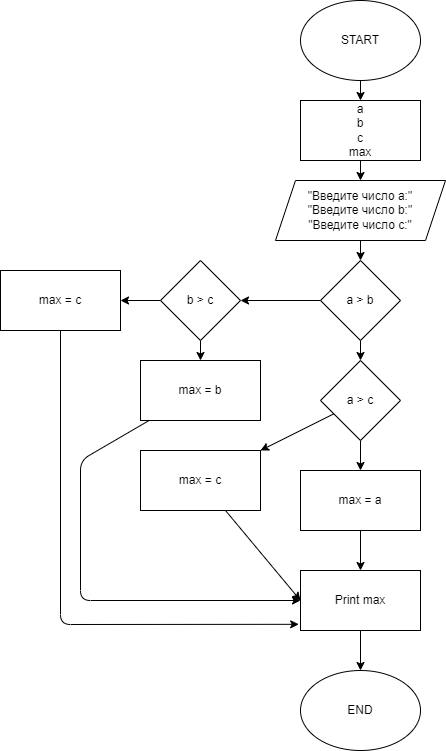
Before: Training001_hw2/diagram.drawio.png, a diagram exported from draw.io (NKhrush/HelloCode). Source tidied: cells renumbered, new cells last; positions are measured from the earlier drawing's top-left corner, leaving out a move shared by most shapes. The source it was exported from:
```xml
<mxGraphModel>
  <root>
    <mxCell id="0" />
    <mxCell id="1" parent="0" />
    <mxCell id="2" style="edgeStyle=none;html=1;" parent="1" edge="1" source="3" target="5">
      <mxGeometry relative="1" as="geometry" />
    </mxCell>
    <mxCell id="3" value="START" style="ellipse;whiteSpace=wrap;html=1;" parent="1" vertex="1">
      <mxGeometry x="300" width="120" height="80" as="geometry" />
    </mxCell>
    <mxCell id="4" style="edgeStyle=none;html=1;" parent="1" edge="1" source="5" target="7">
      <mxGeometry relative="1" as="geometry" />
    </mxCell>
    <mxCell id="5" value="a&lt;br&gt;b&lt;br&gt;c&lt;br&gt;max" style="whiteSpace=wrap;html=1;" parent="1" vertex="1">
      <mxGeometry x="300" y="100" width="120" height="60" as="geometry" />
    </mxCell>
    <mxCell id="6" style="edgeStyle=none;html=1;" parent="1" edge="1" source="7" target="10">
      <mxGeometry relative="1" as="geometry" />
    </mxCell>
    <mxCell id="7" value="&quot;Введите число a:&quot;&lt;br&gt;&quot;Введите число b:&quot;&lt;br&gt;&quot;Введите число c:&quot;" style="shape=parallelogram;perimeter=parallelogramPerimeter;whiteSpace=wrap;html=1;fixedSize=1;" parent="1" vertex="1">
      <mxGeometry x="275" y="180" width="170" height="60" as="geometry" />
    </mxCell>
    <mxCell id="8" style="edgeStyle=none;html=1;" parent="1" edge="1" source="10" target="13">
      <mxGeometry relative="1" as="geometry" />
    </mxCell>
    <mxCell id="9" style="edgeStyle=none;html=1;" parent="1" edge="1" source="10" target="20">
      <mxGeometry relative="1" as="geometry" />
    </mxCell>
    <mxCell id="10" value="a &amp;gt; b" style="rhombus;whiteSpace=wrap;html=1;" parent="1" vertex="1">
      <mxGeometry x="320" y="260" width="80" height="80" as="geometry" />
    </mxCell>
    <mxCell id="11" style="edgeStyle=none;html=1;" parent="1" edge="1" source="13" target="15">
      <mxGeometry relative="1" as="geometry" />
    </mxCell>
    <mxCell id="12" style="edgeStyle=none;html=1;" parent="1" edge="1" source="13" target="17">
      <mxGeometry relative="1" as="geometry" />
    </mxCell>
    <mxCell id="13" value="a &amp;gt; c" style="rhombus;whiteSpace=wrap;html=1;" parent="1" vertex="1">
      <mxGeometry x="320" y="360" width="80" height="80" as="geometry" />
    </mxCell>
    <mxCell id="14" style="edgeStyle=none;html=1;" parent="1" edge="1" source="15" target="27">
      <mxGeometry relative="1" as="geometry" />
    </mxCell>
    <mxCell id="15" value="max = a" style="whiteSpace=wrap;html=1;" parent="1" vertex="1">
      <mxGeometry x="300" y="470" width="120" height="60" as="geometry" />
    </mxCell>
    <mxCell id="16" style="edgeStyle=none;html=1;entryX=0;entryY=0.5;entryDx=0;entryDy=0;" parent="1" edge="1" source="17" target="27">
      <mxGeometry relative="1" as="geometry" />
    </mxCell>
    <mxCell id="17" value="max = c" style="whiteSpace=wrap;html=1;" parent="1" vertex="1">
      <mxGeometry x="140" y="450" width="120" height="60" as="geometry" />
    </mxCell>
    <mxCell id="18" style="edgeStyle=none;html=1;exitX=0.5;exitY=1;exitDx=0;exitDy=0;entryX=0.5;entryY=0;entryDx=0;entryDy=0;" parent="1" edge="1" source="20" target="22">
      <mxGeometry relative="1" as="geometry" />
    </mxCell>
    <mxCell id="19" style="edgeStyle=none;html=1;" parent="1" edge="1" source="20" target="24">
      <mxGeometry relative="1" as="geometry" />
    </mxCell>
    <mxCell id="20" value="b &amp;gt; c" style="rhombus;whiteSpace=wrap;html=1;" parent="1" vertex="1">
      <mxGeometry x="160" y="260" width="80" height="80" as="geometry" />
    </mxCell>
    <mxCell id="21" style="edgeStyle=none;html=1;entryX=0;entryY=0.5;entryDx=0;entryDy=0;" parent="1" edge="1" source="22" target="27">
      <mxGeometry relative="1" as="geometry">
        <Array as="points">
          <mxPoint x="80" y="460" />
          <mxPoint x="80" y="600" />
        </Array>
      </mxGeometry>
    </mxCell>
    <mxCell id="22" value="max = b" style="rounded=0;whiteSpace=wrap;html=1;" parent="1" vertex="1">
      <mxGeometry x="140" y="360" width="120" height="60" as="geometry" />
    </mxCell>
    <mxCell id="23" style="edgeStyle=none;html=1;entryX=-0.015;entryY=0.897;entryDx=0;entryDy=0;entryPerimeter=0;" parent="1" edge="1" source="24" target="27">
      <mxGeometry relative="1" as="geometry">
        <Array as="points">
          <mxPoint x="60" y="624" />
        </Array>
      </mxGeometry>
    </mxCell>
    <mxCell id="24" value="max = c" style="whiteSpace=wrap;html=1;" parent="1" vertex="1">
      <mxGeometry y="270" width="120" height="60" as="geometry" />
    </mxCell>
    <mxCell id="25" value="END" style="ellipse;whiteSpace=wrap;html=1;" parent="1" vertex="1">
      <mxGeometry x="300" y="670" width="120" height="80" as="geometry" />
    </mxCell>
    <mxCell id="26" style="edgeStyle=none;html=1;" parent="1" edge="1" source="27" target="25">
      <mxGeometry relative="1" as="geometry" />
    </mxCell>
    <mxCell id="27" value="Print max" style="rounded=0;whiteSpace=wrap;html=1;" parent="1" vertex="1">
      <mxGeometry x="300" y="570" width="120" height="60" as="geometry" />
    </mxCell>
  </root>
</mxGraphModel>
```
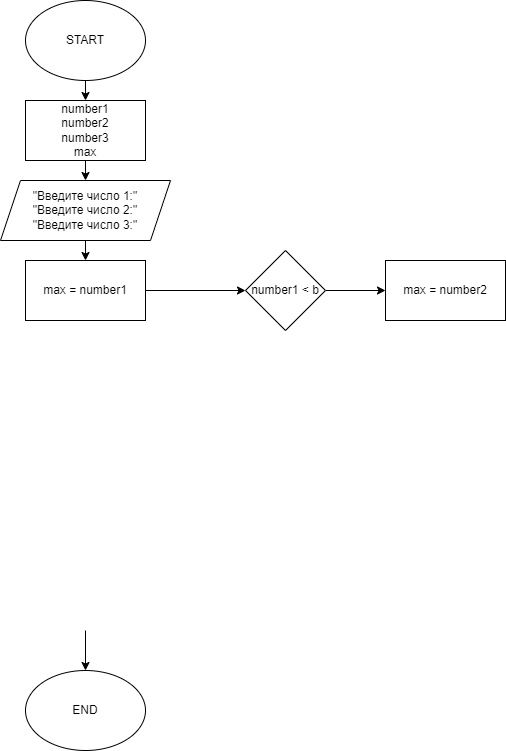
Later version of the same file.

The edit, as a diff of the source:
```diff
@@ -11,83 +11,37 @@
     <mxCell id="4" style="edgeStyle=none;html=1;" parent="1" edge="1" source="5" target="7">
       <mxGeometry relative="1" as="geometry" />
     </mxCell>
-    <mxCell id="5" value="a&lt;br&gt;b&lt;br&gt;c&lt;br&gt;max" style="whiteSpace=wrap;html=1;" parent="1" vertex="1">
+    <mxCell id="5" value="number1&lt;br&gt;number2&lt;br&gt;number3&lt;br&gt;max" style="whiteSpace=wrap;html=1;" parent="1" vertex="1">
       <mxGeometry x="300" y="100" width="120" height="60" as="geometry" />
     </mxCell>
-    <mxCell id="6" style="edgeStyle=none;html=1;" parent="1" edge="1" source="7" target="10">
+    <mxCell id="6" style="edgeStyle=none;html=1;" parent="1" edge="1" source="7" target="29">
       <mxGeometry relative="1" as="geometry" />
     </mxCell>
-    <mxCell id="7" value="&quot;Введите число a:&quot;&lt;br&gt;&quot;Введите число b:&quot;&lt;br&gt;&quot;Введите число c:&quot;" style="shape=parallelogram;perimeter=parallelogramPerimeter;whiteSpace=wrap;html=1;fixedSize=1;" parent="1" vertex="1">
+    <mxCell id="7" value="&quot;Введите число 1:&quot;&lt;br&gt;&quot;Введите число 2:&quot;&lt;br&gt;&quot;Введите число 3:&quot;" style="shape=parallelogram;perimeter=parallelogramPerimeter;whiteSpace=wrap;html=1;fixedSize=1;" parent="1" vertex="1">
       <mxGeometry x="275" y="180" width="170" height="60" as="geometry" />
     </mxCell>
-    <mxCell id="8" style="edgeStyle=none;html=1;" parent="1" edge="1" source="10" target="13">
-      <mxGeometry relative="1" as="geometry" />
-    </mxCell>
-    <mxCell id="9" style="edgeStyle=none;html=1;" parent="1" edge="1" source="10" target="20">
-      <mxGeometry relative="1" as="geometry" />
-    </mxCell>
-    <mxCell id="10" value="a &amp;gt; b" style="rhombus;whiteSpace=wrap;html=1;" parent="1" vertex="1">
-      <mxGeometry x="320" y="260" width="80" height="80" as="geometry" />
-    </mxCell>
-    <mxCell id="11" style="edgeStyle=none;html=1;" parent="1" edge="1" source="13" target="15">
-      <mxGeometry relative="1" as="geometry" />
-    </mxCell>
-    <mxCell id="12" style="edgeStyle=none;html=1;" parent="1" edge="1" source="13" target="17">
-      <mxGeometry relative="1" as="geometry" />
-    </mxCell>
-    <mxCell id="13" value="a &amp;gt; c" style="rhombus;whiteSpace=wrap;html=1;" parent="1" vertex="1">
-      <mxGeometry x="320" y="360" width="80" height="80" as="geometry" />
-    </mxCell>
-    <mxCell id="14" style="edgeStyle=none;html=1;" parent="1" edge="1" source="15" target="27">
-      <mxGeometry relative="1" as="geometry" />
-    </mxCell>
-    <mxCell id="15" value="max = a" style="whiteSpace=wrap;html=1;" parent="1" vertex="1">
-      <mxGeometry x="300" y="470" width="120" height="60" as="geometry" />
-    </mxCell>
-    <mxCell id="16" style="edgeStyle=none;html=1;entryX=0;entryY=0.5;entryDx=0;entryDy=0;" parent="1" edge="1" source="17" target="27">
-      <mxGeometry relative="1" as="geometry" />
-    </mxCell>
-    <mxCell id="17" value="max = c" style="whiteSpace=wrap;html=1;" parent="1" vertex="1">
-      <mxGeometry x="140" y="450" width="120" height="60" as="geometry" />
-    </mxCell>
-    <mxCell id="18" style="edgeStyle=none;html=1;exitX=0.5;exitY=1;exitDx=0;exitDy=0;entryX=0.5;entryY=0;entryDx=0;entryDy=0;" parent="1" edge="1" source="20" target="22">
-      <mxGeometry relative="1" as="geometry" />
-    </mxCell>
-    <mxCell id="19" style="edgeStyle=none;html=1;" parent="1" edge="1" source="20" target="24">
-      <mxGeometry relative="1" as="geometry" />
-    </mxCell>
-    <mxCell id="20" value="b &amp;gt; c" style="rhombus;whiteSpace=wrap;html=1;" parent="1" vertex="1">
-      <mxGeometry x="160" y="260" width="80" height="80" as="geometry" />
-    </mxCell>
-    <mxCell id="21" style="edgeStyle=none;html=1;entryX=0;entryY=0.5;entryDx=0;entryDy=0;" parent="1" edge="1" source="22" target="27">
-      <mxGeometry relative="1" as="geometry">
-        <Array as="points">
-          <mxPoint x="80" y="460" />
-          <mxPoint x="80" y="600" />
-        </Array>
-      </mxGeometry>
-    </mxCell>
-    <mxCell id="22" value="max = b" style="rounded=0;whiteSpace=wrap;html=1;" parent="1" vertex="1">
-      <mxGeometry x="140" y="360" width="120" height="60" as="geometry" />
-    </mxCell>
-    <mxCell id="23" style="edgeStyle=none;html=1;entryX=-0.015;entryY=0.897;entryDx=0;entryDy=0;entryPerimeter=0;" parent="1" edge="1" source="24" target="27">
-      <mxGeometry relative="1" as="geometry">
-        <Array as="points">
-          <mxPoint x="60" y="624" />
-        </Array>
-      </mxGeometry>
-    </mxCell>
-    <mxCell id="24" value="max = c" style="whiteSpace=wrap;html=1;" parent="1" vertex="1">
-      <mxGeometry y="270" width="120" height="60" as="geometry" />
-    </mxCell>
     <mxCell id="25" value="END" style="ellipse;whiteSpace=wrap;html=1;" parent="1" vertex="1">
       <mxGeometry x="300" y="670" width="120" height="80" as="geometry" />
     </mxCell>
-    <mxCell id="26" style="edgeStyle=none;html=1;" parent="1" edge="1" source="27" target="25">
-      <mxGeometry relative="1" as="geometry" />
+    <mxCell id="26" style="edgeStyle=none;html=1;" parent="1" edge="1" target="25">
+      <mxGeometry relative="1" as="geometry">
+        <mxPoint x="360" y="630" as="sourcePoint" />
+      </mxGeometry>
     </mxCell>
-    <mxCell id="27" value="Print max" style="rounded=0;whiteSpace=wrap;html=1;" parent="1" vertex="1">
-      <mxGeometry x="300" y="570" width="120" height="60" as="geometry" />
-    </mxCell>
+    <mxCell id="28" style="edgeStyle=none;html=1;" parent="1" edge="1" source="29" target="31">
+      <mxGeometry relative="1" as="geometry" />
+    </mxCell>
+    <mxCell id="29" value="max = number1" style="rounded=0;whiteSpace=wrap;html=1;" parent="1" vertex="1">
+      <mxGeometry x="300" y="260" width="120" height="60" as="geometry" />
+    </mxCell>
+    <mxCell id="30" style="edgeStyle=none;html=1;" parent="1" edge="1" source="31" target="32">
+      <mxGeometry relative="1" as="geometry" />
+    </mxCell>
+    <mxCell id="31" value="number1 &amp;lt; b" style="rhombus;whiteSpace=wrap;html=1;rounded=0;" parent="1" vertex="1">
+      <mxGeometry x="520" y="250" width="80" height="80" as="geometry" />
+    </mxCell>
+    <mxCell id="32" value="max = number2" style="whiteSpace=wrap;html=1;rounded=0;" parent="1" vertex="1">
+      <mxGeometry x="660" y="260" width="120" height="60" as="geometry" />
+    </mxCell>
   </root>
 </mxGraphModel>
```
